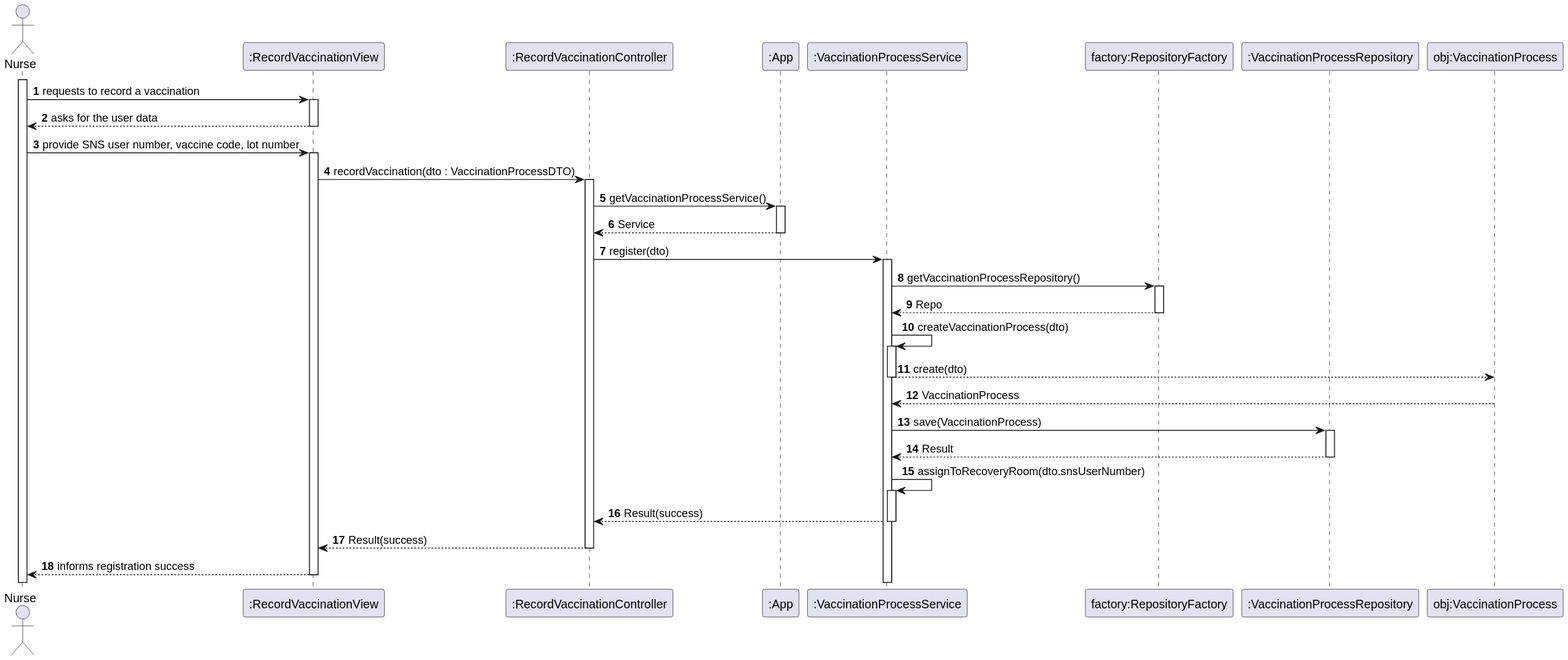
Earlier version of the PlantUML export docs/system-documentation/US41/svg/US41-SD.svg (Parafita123/leti-esoft-25-26-B1).
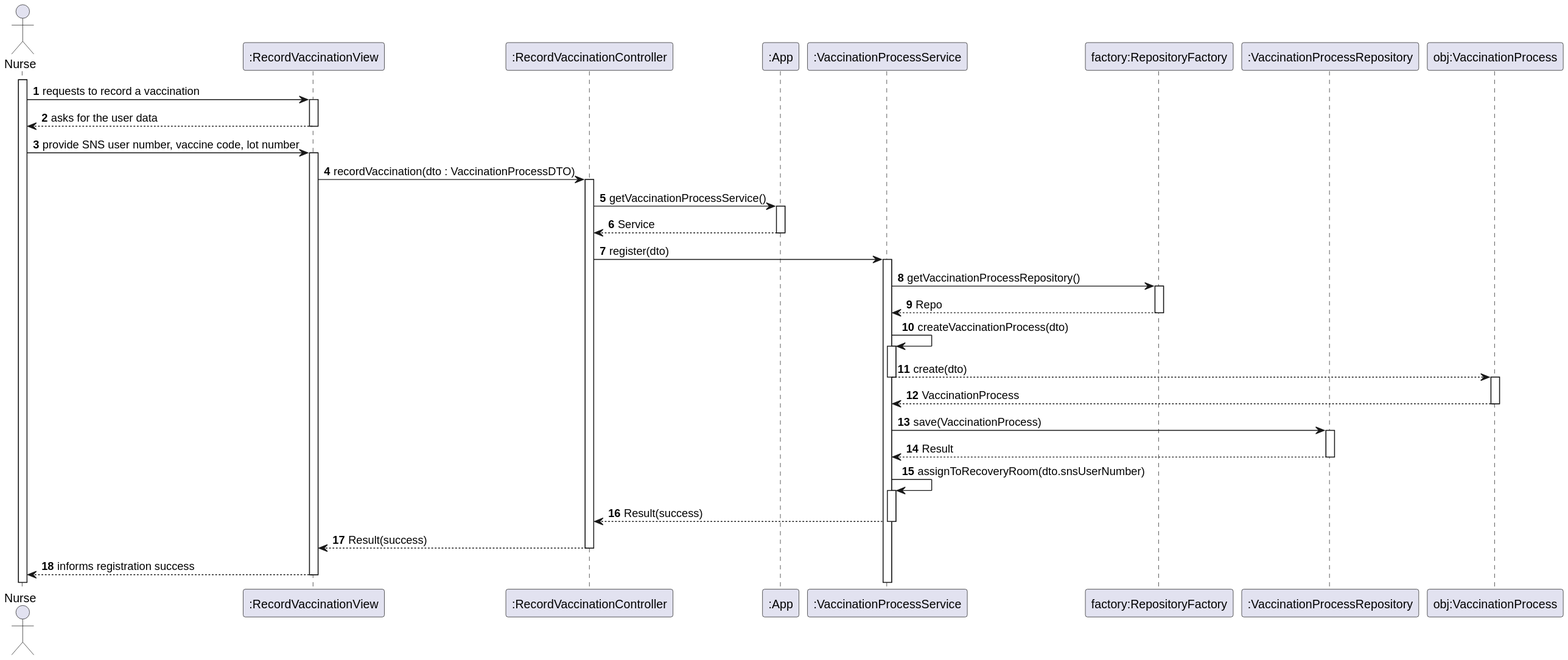
After the change.

What changed in the source:
```diff
@@ -27,6 +27,7 @@
 
 Service -> Service: createVaccinationProcess(dto)
 Service --> VaccinationProcess: create(dto)
+activate VaccinationProcess
 VaccinationProcess --> Service: VaccinationProcess
 Service -> Repo: save(VaccinationProcess)
 Repo --> Service: Result
```
